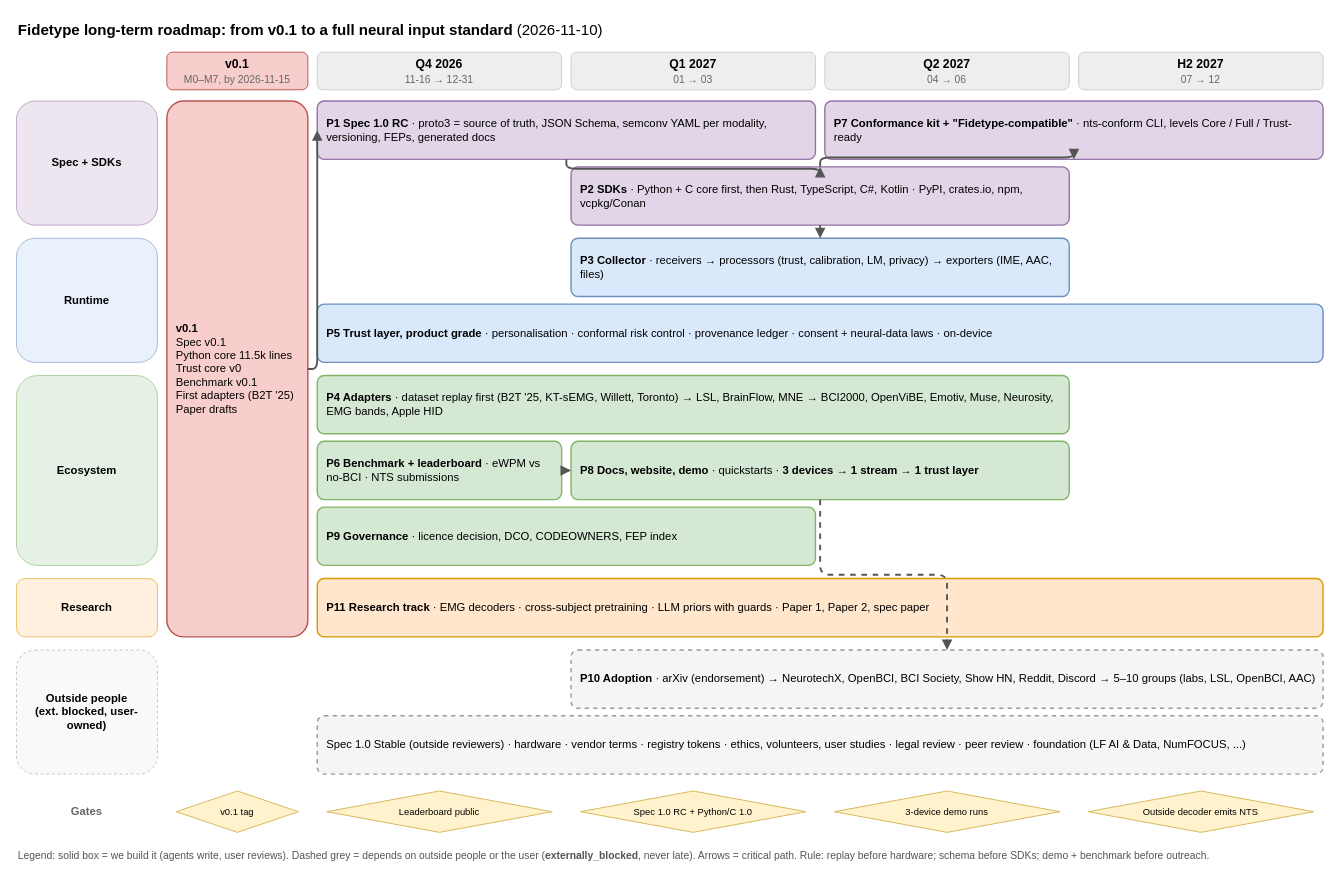
Above: wiki/diagrams/11-roadmap-standard.drawio in zhangzibo/fidetype (draw.io), before the change. Source tidied: cells renumbered, new cells numbered last; positions are measured from the earlier drawing's top-left corner, leaving out a move shared by most shapes. Both pictures are drawn from the tidied source at 94%, with x=0, y=0 at pixel (16, 16).
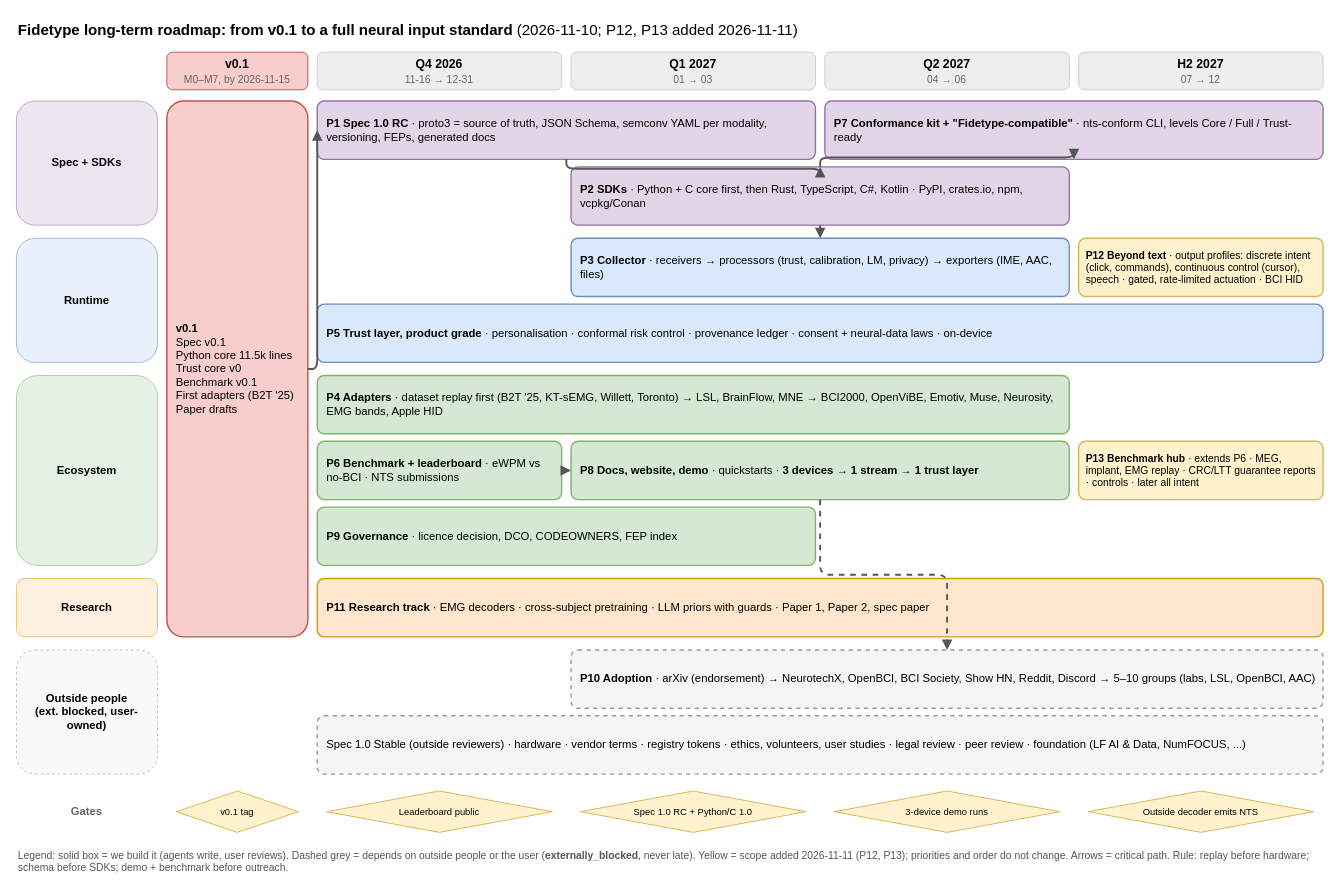
The same page after the edit.

Commit message (it also covers changes not shown here):
Roadmap: add P12 (intent beyond text) and P13 (public benchmark hub)

Diff of the diagram source:
```diff
@@
-    <mxCell id="2" value="&lt;b&gt;Fidetype long-term roadmap: from v0.1 to a full neural input standard&lt;/b&gt; (2026-11-10)" style="text;html=1;whiteSpace=wrap;fillColor=none;strokeColor=none;fontSize=16;align=left;verticalAlign=middle;fontColor=#000000;" parent="1" vertex="1">
+    <mxCell id="2" value="&lt;b&gt;Fidetype long-term roadmap: from v0.1 to a full neural input standard&lt;/b&gt; (2026-11-10; P12, P13 added 2026-11-11)" style="text;html=1;whiteSpace=wrap;fillColor=none;strokeColor=none;fontSize=16;align=left;verticalAlign=middle;fontColor=#000000;" parent="1" vertex="1">
       <mxGeometry width="1390" height="28" as="geometry" />
     </mxCell>
@@
-    <mxCell id="38" value="Legend: solid box = we build it (agents write, user reviews). Dashed grey = depends on outside people or the user (&lt;b&gt;externally_blocked&lt;/b&gt;, never late). Arrows = critical path. Rule: replay before hardware; schema before SDKs; demo + benchmark before outreach." style="text;html=1;whiteSpace=wrap;fillColor=none;strokeColor=none;fontSize=11;align=left;verticalAlign=top;fontColor=#555555;" parent="1" vertex="1">
+    <mxCell id="38" value="Legend: solid box = we build it (agents write, user reviews). Dashed grey = depends on outside people or the user (&lt;b&gt;externally_blocked&lt;/b&gt;, never late). Yellow = scope added 2026-11-11 (P12, P13); priorities and order do not change. Arrows = critical path. Rule: replay before hardware; schema before SDKs; demo + benchmark before outreach." style="text;html=1;whiteSpace=wrap;fillColor=none;strokeColor=none;fontSize=11;align=left;verticalAlign=top;fontColor=#555555;" parent="1" vertex="1">
       <mxGeometry y="880" width="1390" height="34" as="geometry" />
     </mxCell>
+    <mxCell id="39" value="&lt;b&gt;P12 Beyond text&lt;/b&gt; · output profiles: discrete intent (click, commands), continuous control (cursor), speech · gated, rate-limited actuation · BCI HID" style="rounded=1;whiteSpace=wrap;html=1;fontSize=11;arcSize=12;fillColor=#fff2cc;strokeColor=#d6b656;strokeWidth=1.5;align=left;verticalAlign=middle;spacingLeft=6;spacingRight=4;" parent="1" vertex="1">
+      <mxGeometry x="1130" y="236" width="260" height="62" as="geometry" />
+    </mxCell>
+    <mxCell id="40" value="&lt;b&gt;P13 Benchmark hub&lt;/b&gt; · extends P6 · MEG, implant, EMG replay · CRC/LTT guarantee reports · controls · later all intent" style="rounded=1;whiteSpace=wrap;html=1;fontSize=11;arcSize=12;fillColor=#fff2cc;strokeColor=#d6b656;strokeWidth=1.5;align=left;verticalAlign=middle;spacingLeft=6;spacingRight=4;" parent="1" vertex="1">
+      <mxGeometry x="1130" y="452" width="260" height="62" as="geometry" />
+    </mxCell>
```
